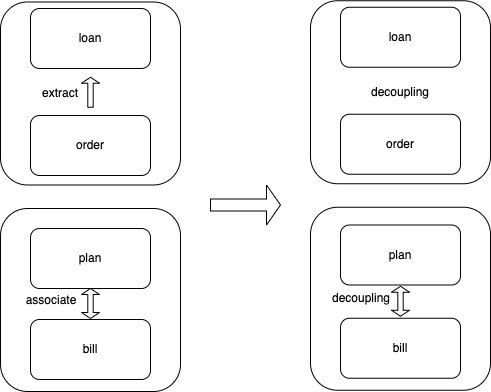
Earlier version of the draw.io export one .drawio.png (a490888602/draw). Source tidied: cells renumbered, new cells last; positions are measured from the earlier drawing's top-left corner, leaving out a move shared by most shapes.
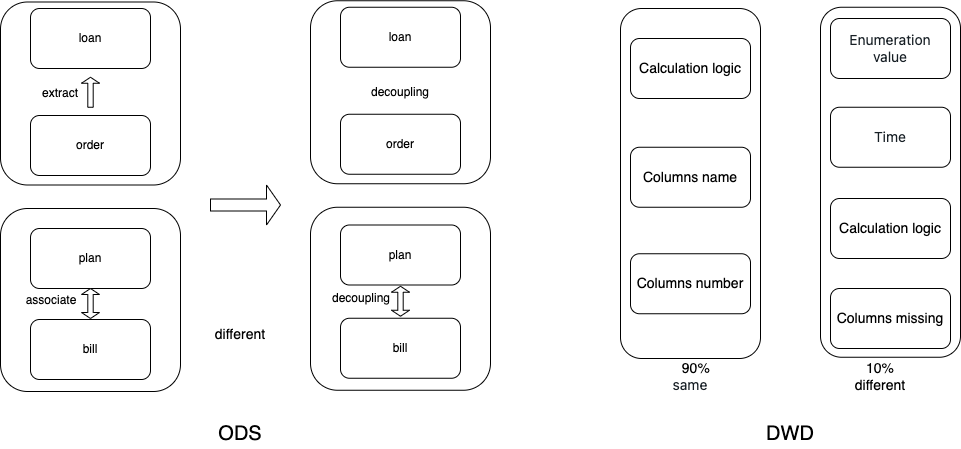
The same file after the commit.

What changed in the source:
```diff
@@ -2,6 +2,12 @@
   <root>
     <mxCell id="0" />
     <mxCell id="1" parent="0" />
+    <mxCell id="22" style="rounded=1;whiteSpace=wrap;html=1;fontSize=14;" parent="1" vertex="1">
+      <mxGeometry x="820" y="6.8" width="140" height="350" as="geometry" />
+    </mxCell>
+    <mxCell id="23" style="rounded=1;whiteSpace=wrap;html=1;fontSize=14;" parent="1" vertex="1">
+      <mxGeometry x="620" y="8" width="140" height="350" as="geometry" />
+    </mxCell>
     <mxCell id="2" style="rounded=1;whiteSpace=wrap;html=1;" parent="1" vertex="1">
       <mxGeometry y="208" width="180" height="183" as="geometry" />
     </mxCell>
@@ -62,5 +68,41 @@
     <mxCell id="21" value="decoupling" style="text;html=1;strokeColor=none;fillColor=none;align=center;verticalAlign=middle;whiteSpace=wrap;rounded=0;" parent="1" vertex="1">
       <mxGeometry x="370" y="76.8" width="60" height="30" as="geometry" />
     </mxCell>
+    <mxCell id="24" value="&lt;span style=&quot;color: rgb(24, 32, 38); font-family: -apple-system, &amp;quot;system-ui&amp;quot;, &amp;quot;Segoe UI&amp;quot;, Roboto, Oxygen, Ubuntu, Cantarell, &amp;quot;Open Sans&amp;quot;, &amp;quot;Helvetica Neue&amp;quot;, Icons16, sans-serif; font-size: 14px; text-align: start; background-color: rgb(255, 255, 255);&quot;&gt;Enumeration value&lt;/span&gt;" style="rounded=1;whiteSpace=wrap;html=1;" parent="1" vertex="1">
+      <mxGeometry x="830" y="18" width="120" height="60" as="geometry" />
+    </mxCell>
+    <mxCell id="25" value="&lt;div style=&quot;text-align: start;&quot;&gt;&lt;font face=&quot;-apple-system, system-ui, Segoe UI, Roboto, Oxygen, Ubuntu, Cantarell, Open Sans, Helvetica Neue, Icons16, sans-serif&quot; color=&quot;#182026&quot;&gt;&lt;span style=&quot;font-size: 14px; background-color: rgb(255, 255, 255);&quot;&gt;Time&lt;/span&gt;&lt;/font&gt;&lt;/div&gt;" style="rounded=1;whiteSpace=wrap;html=1;" parent="1" vertex="1">
+      <mxGeometry x="830" y="106.8" width="120" height="60" as="geometry" />
+    </mxCell>
+    <mxCell id="26" value="&lt;div style=&quot;text-align: start;&quot;&gt;&lt;font style=&quot;font-size: 14px;&quot;&gt;Calculation logic&lt;/font&gt;&lt;br&gt;&lt;/div&gt;" style="rounded=1;whiteSpace=wrap;html=1;" parent="1" vertex="1">
+      <mxGeometry x="830" y="198" width="120" height="60" as="geometry" />
+    </mxCell>
+    <mxCell id="27" value="&lt;div style=&quot;text-align: start;&quot;&gt;&lt;font style=&quot;font-size: 14px;&quot;&gt;Columns missing&lt;/font&gt;&lt;br&gt;&lt;/div&gt;" style="rounded=1;whiteSpace=wrap;html=1;" parent="1" vertex="1">
+      <mxGeometry x="830" y="288" width="120" height="60" as="geometry" />
+    </mxCell>
+    <mxCell id="28" value="&lt;font style=&quot;font-size: 20px;&quot;&gt;ODS&lt;/font&gt;" style="text;html=1;strokeColor=none;fillColor=none;align=center;verticalAlign=middle;whiteSpace=wrap;rounded=0;" parent="1" vertex="1">
+      <mxGeometry x="210" y="418" width="60" height="30" as="geometry" />
+    </mxCell>
+    <mxCell id="29" value="&lt;font style=&quot;font-size: 20px;&quot;&gt;DWD&lt;br&gt;&lt;/font&gt;" style="text;html=1;strokeColor=none;fillColor=none;align=center;verticalAlign=middle;whiteSpace=wrap;rounded=0;" parent="1" vertex="1">
+      <mxGeometry x="760" y="418" width="60" height="30" as="geometry" />
+    </mxCell>
+    <mxCell id="30" value="&lt;font style=&quot;font-size: 14px;&quot;&gt;different&lt;/font&gt;" style="text;html=1;strokeColor=none;fillColor=none;align=center;verticalAlign=middle;whiteSpace=wrap;rounded=0;" parent="1" vertex="1">
+      <mxGeometry x="210" y="319" width="60" height="30" as="geometry" />
+    </mxCell>
+    <mxCell id="31" value="&lt;font style=&quot;font-size: 14px;&quot;&gt;10% different&lt;/font&gt;" style="text;html=1;strokeColor=none;fillColor=none;align=center;verticalAlign=middle;whiteSpace=wrap;rounded=0;" parent="1" vertex="1">
+      <mxGeometry x="850" y="361" width="60" height="30" as="geometry" />
+    </mxCell>
+    <mxCell id="32" value="&lt;font style=&quot;font-size: 14px;&quot;&gt;&amp;nbsp; &amp;nbsp; 90%&amp;nbsp;&lt;br&gt;&lt;span style=&quot;color: rgb(24, 32, 38); font-family: -apple-system, &amp;quot;system-ui&amp;quot;, &amp;quot;Segoe UI&amp;quot;, Roboto, Oxygen, Ubuntu, Cantarell, &amp;quot;Open Sans&amp;quot;, &amp;quot;Helvetica Neue&amp;quot;, Icons16, sans-serif; text-align: start; background-color: rgb(255, 255, 255);&quot;&gt;same&lt;/span&gt;&lt;/font&gt;" style="text;html=1;strokeColor=none;fillColor=none;align=center;verticalAlign=middle;whiteSpace=wrap;rounded=0;" parent="1" vertex="1">
+      <mxGeometry x="660" y="361" width="60" height="30" as="geometry" />
+    </mxCell>
+    <mxCell id="33" value="&lt;div style=&quot;text-align: start;&quot;&gt;&lt;font style=&quot;font-size: 14px;&quot;&gt;Calculation logic&lt;/font&gt;&lt;br&gt;&lt;/div&gt;" style="rounded=1;whiteSpace=wrap;html=1;" parent="1" vertex="1">
+      <mxGeometry x="630" y="38" width="120" height="60" as="geometry" />
+    </mxCell>
+    <mxCell id="34" value="&lt;div style=&quot;text-align: start;&quot;&gt;&lt;span style=&quot;font-size: 14px;&quot;&gt;Columns name&lt;/span&gt;&lt;/div&gt;" style="rounded=1;whiteSpace=wrap;html=1;" parent="1" vertex="1">
+      <mxGeometry x="630" y="146.8" width="120" height="60" as="geometry" />
+    </mxCell>
+    <mxCell id="35" value="&lt;div style=&quot;text-align: start;&quot;&gt;&lt;span style=&quot;font-size: 14px;&quot;&gt;Columns number&lt;/span&gt;&lt;/div&gt;" style="rounded=1;whiteSpace=wrap;html=1;" parent="1" vertex="1">
+      <mxGeometry x="630" y="253.2" width="120" height="60" as="geometry" />
+    </mxCell>
   </root>
 </mxGraphModel>
```
